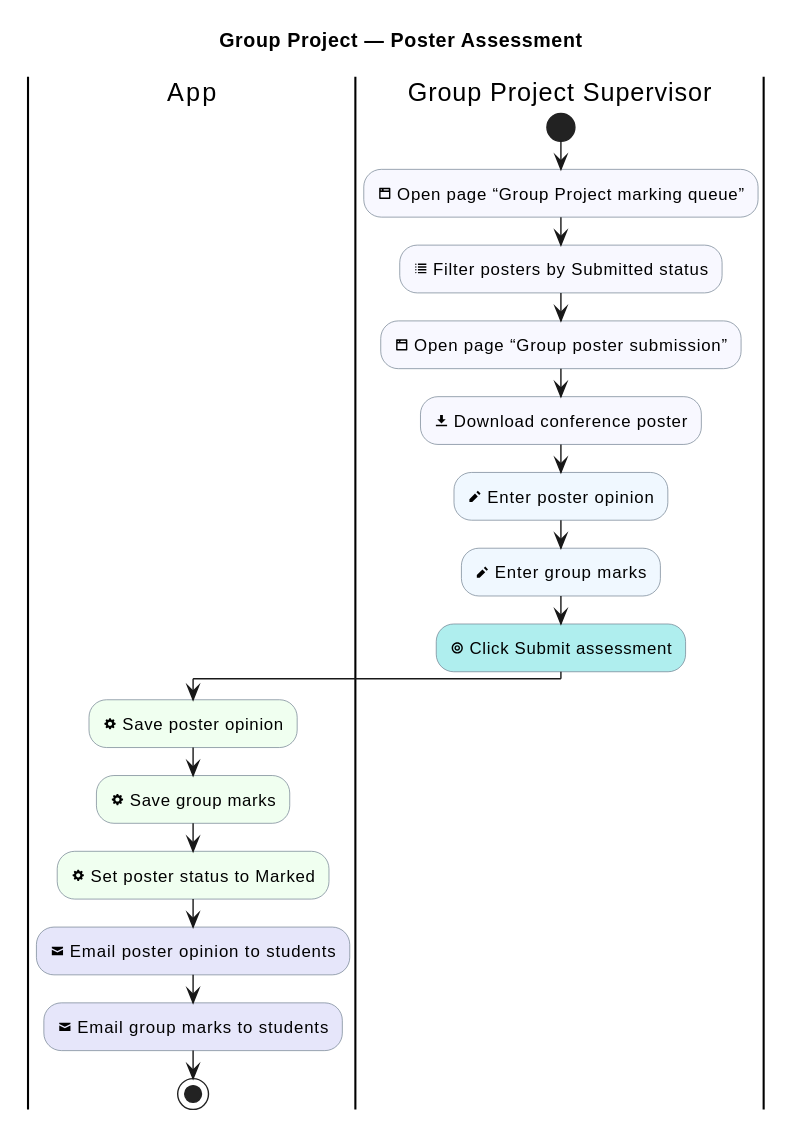
Above: industrial-placement-group-project/diagrams/group-project/poster-assessment.svg in sdflkjssl/sdflkjssl.github.io (PlantUML), before the change.
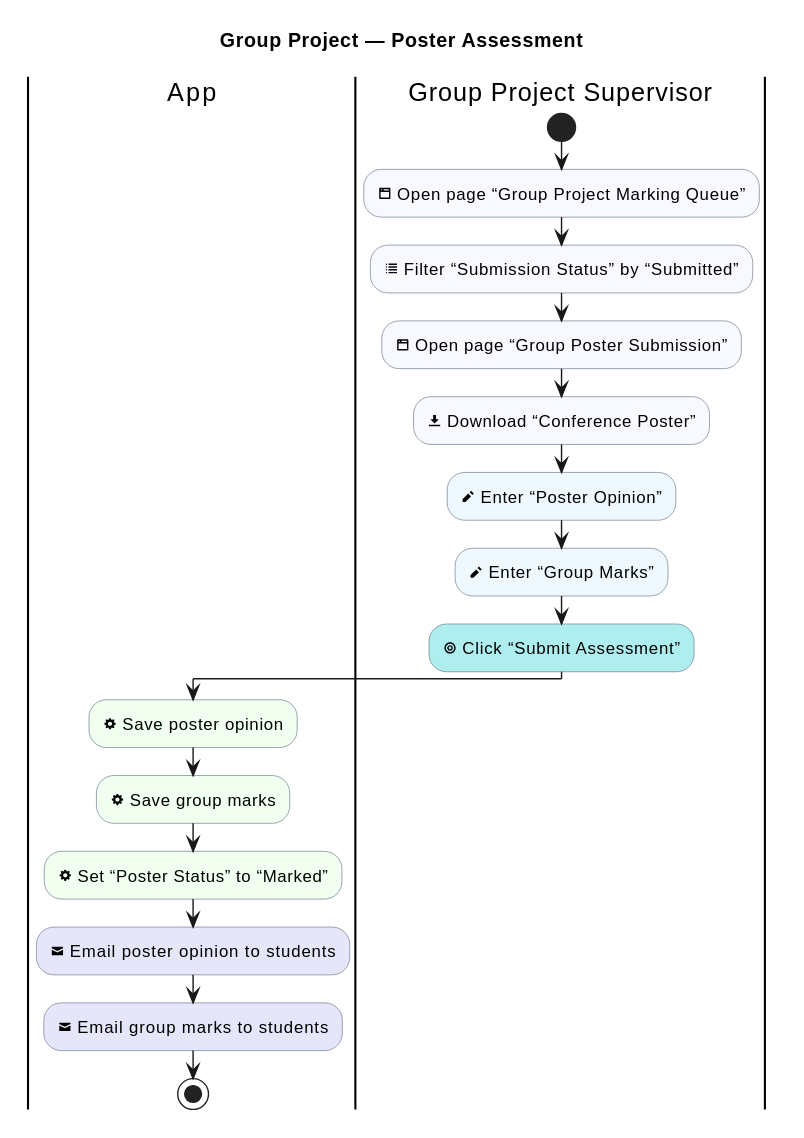
After the change.

Change to the diagram source:
```diff
@@ -12,17 +12,17 @@
 
 |Group Project Supervisor|
 start
-:<&browser> Open page “Group Project marking queue”; <<#GhostWhite>>
-:<&list> Filter posters by Submitted status; <<#GhostWhite>>
-:<&browser> Open page “Group poster submission”; <<#GhostWhite>>
-:<&data-transfer-download> Download conference poster; <<#GhostWhite>>
-:<&pencil> Enter poster opinion; <<#AliceBlue>>
-:<&pencil> Enter group marks; <<#AliceBlue>>
-:<&target> Click Submit assessment; <<#PaleTurquoise>>
+:<&browser> Open page “Group Project Marking Queue”; <<#GhostWhite>>
+:<&list> Filter “Submission Status” by “Submitted”; <<#GhostWhite>>
+:<&browser> Open page “Group Poster Submission”; <<#GhostWhite>>
+:<&data-transfer-download> Download “Conference Poster”; <<#GhostWhite>>
+:<&pencil> Enter “Poster Opinion”; <<#AliceBlue>>
+:<&pencil> Enter “Group Marks”; <<#AliceBlue>>
+:<&target> Click “Submit Assessment”; <<#PaleTurquoise>>
 |App|
 :<&cog> Save poster opinion; <<#HoneyDew>>
 :<&cog> Save group marks; <<#HoneyDew>>
-:<&cog> Set poster status to Marked; <<#HoneyDew>>
+:<&cog> Set “Poster Status” to “Marked”; <<#HoneyDew>>
 :<&envelope-closed> Email poster opinion to students; <<#Lavender>>
 :<&envelope-closed> Email group marks to students; <<#Lavender>>
 stop
```
